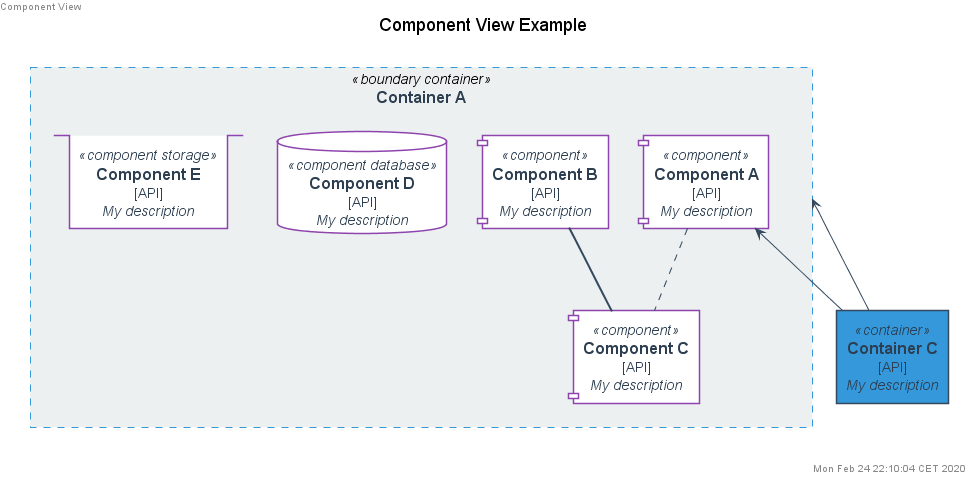
The PlantUML diagram example/componentView.png in N0N4M3pl/plantuml-C4, before a commit. The source it was exported from:
```plantuml
@startuml componentView











skinparam defaultTextAlignment center
skinparam wrapWidth 200
skinparam maxMessageSize 150


















skinparam defaultTextAlignment center
skinparam wrapWidth 200
skinparam maxMessageSize 150













skinparam rectangle<<boundary>> {
    StereotypeFontColor #2c3e50
    FontColor #2c3e50
    BackgroundColor white
    BorderColor #bdc3c7
    BorderStyle dashed
    BorderThickness 0
    Shadowing false
}

skinparam actor<<person>> {
    StereotypeFontColor #2c3e50
    FontColor #2c3e50
    BackgroundColor #34495e
    BorderColor #34495e
    Shadowing false
}

skinparam Arrow {
    FontColor #2c3e50
    Color #34495e
    FontSize 12
}






skinparam rectangle<<boundary container>> {
    StereotypeFontColor #2c3e50
    FontColor #2c3e50
    BackgroundColor #ecf0f1
    BorderColor #3498db
    BorderStyle dashed
    BorderThickness 1
    Shadowing false
}

skinparam component<<component>> {
    StereotypeFontColor #2c3e50
    FontColor #2c3e50
    BackgroundColor white
    BorderColor #8e44ad
    Shadowing false
}

skinparam database<<component database>> {
    StereotypeFontColor #2c3e50
    FontColor #2c3e50
    BackgroundColor white
    BorderColor #8e44ad
    Shadowing false
}

skinparam stack<<component storage>> {
    StereotypeFontColor #2c3e50
    FontColor #2c3e50
    BackgroundColor white
    BorderColor #8e44ad
    Shadowing false
}












skinparam defaultTextAlignment center
skinparam wrapWidth 200
skinparam maxMessageSize 150


















skinparam defaultTextAlignment center
skinparam wrapWidth 200
skinparam maxMessageSize 150













skinparam rectangle<<boundary>> {
    StereotypeFontColor #2c3e50
    FontColor #2c3e50
    BackgroundColor white
    BorderColor #bdc3c7
    BorderStyle dashed
    BorderThickness 0
    Shadowing false
}

skinparam actor<<person>> {
    StereotypeFontColor #2c3e50
    FontColor #2c3e50
    BackgroundColor #34495e
    BorderColor #34495e
    Shadowing false
}

skinparam Arrow {
    FontColor #2c3e50
    Color #34495e
    FontSize 12
}






skinparam rectangle<<boundary system>> {
    StereotypeFontColor #2c3e50
    FontColor #2c3e50
    BackgroundColor #ecf0f1
    BorderColor #34495e
    BorderStyle dashed
    BorderThickness 1
    Shadowing false
}

skinparam rectangle<<container>> {
    StereotypeFontColor #2c3e50
    FontColor #2c3e50
    BackgroundColor #3498db
    BorderColor #34495e
    Shadowing false
}

skinparam rectangle<<container script>> {
    StereotypeFontColor #2c3e50
    FontColor #2c3e50
    BackgroundColor #f1c40f
    BorderColor #34495e
    Shadowing false
}

skinparam rectangle<<container microservice>> {
    StereotypeFontColor #2c3e50
    FontColor #2c3e50
    BackgroundColor #e67e22
    BorderColor #34495e
    Shadowing false
}

skinparam rectangle<<container service>> {
    StereotypeFontColor #2c3e50
    FontColor #2c3e50
    BackgroundColor #e74c3c
    BorderColor #34495e
    Shadowing false
}

skinparam database<<container database>> {
    StereotypeFontColor #ecf0f1
    FontColor #ecf0f1
    BackgroundColor #2980b9
    BorderColor #34495e
    Shadowing false
}

skinparam queue<<container pubsub>> {
    StereotypeFontColor #ecf0f1
    FontColor #ecf0f1
    BackgroundColor #2980b9
    BorderColor #34495e
    Shadowing false
}

skinparam stack<<container storage>> {
    StereotypeFontColor #ecf0f1
    FontColor #ecf0f1
    BackgroundColor #2980b9
    BorderColor #34495e
    Shadowing false
}

skinparam node<<application web serverside>> {
    StereotypeFontColor #2c3e50
    FontColor #2c3e50
    BackgroundColor #1abc9c
    BorderColor #34495e
    Shadowing false
}

skinparam node<<application web clientside>> {
    StereotypeFontColor #2c3e50
    FontColor #2c3e50
    BackgroundColor #2ecc71
    BorderColor #34495e
    Shadowing false
}

skinparam node<<application desktop>> {
    StereotypeFontColor #2c3e50
    FontColor #2c3e50
    BackgroundColor #2ecc71
    BorderColor #34495e
    Shadowing false
}

skinparam node<<application mobile>> {
    StereotypeFontColor #2c3e50
    FontColor #2c3e50
    BackgroundColor #2ecc71
    BorderColor #34495e
    Shadowing false
}



left header Component View
title Component View Example
top to bottom direction


rectangle "==Container A" <<boundary container>> as Boundary_containerA {
    component "==Component A\n [API]\n //My description//" <<component>> as componentA
    component "==Component B\n [API]\n //My description//" <<component>> as componentB
    component "==Component C\n [API]\n //My description//" <<component>> as componentC
    database "==Component D\n [API]\n //My description//" <<component database>> as componentD
    stack "==Component E\n [API]\n //My description//" <<component storage>> as componentE
}
rectangle "==Container C\n [API]\n //My description//" <<container>> as containerC2


Boundary_containerA <-- containerC2 : ""
componentA <-- containerC2 : ""
componentA .. componentC : ""
componentB == componentC : ""


right footer Mon Feb 24 22:10:04 CET 2020

@enduml
```
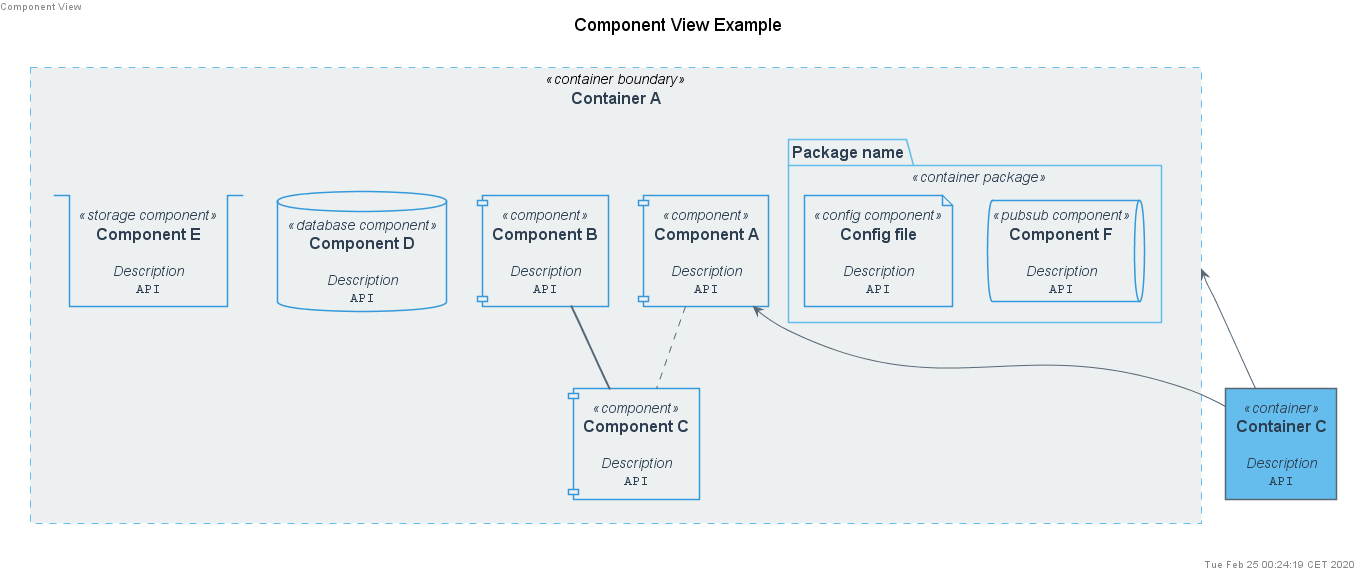
After the change.

The edit, as a diff of the source:
```diff
@@ -1,10 +1,4 @@
 @startuml componentView
-
-
-
-
-
-
 
 
 
@@ -31,43 +25,20 @@
 
 
 
-skinparam defaultTextAlignment center
-skinparam wrapWidth 200
-skinparam maxMessageSize 150
 
 
-
-
-
-
-
-
-
-
-
-
-
-skinparam rectangle<<boundary>> {
-    StereotypeFontColor #2c3e50
-    FontColor #2c3e50
-    BackgroundColor white
-    BorderColor #bdc3c7
-    BorderStyle dashed
-    BorderThickness 0
-    Shadowing false
-}
 
 skinparam actor<<person>> {
     StereotypeFontColor #2c3e50
     FontColor #2c3e50
-    BackgroundColor #34495e
-    BorderColor #34495e
+    BackgroundColor #566775
+    BorderColor #566775
     Shadowing false
 }
 
 skinparam Arrow {
     FontColor #2c3e50
-    Color #34495e
+    Color #566775
     FontSize 12
 }
 
@@ -76,37 +47,61 @@
 
 
 
-skinparam rectangle<<boundary container>> {
+skinparam rectangle<<container boundary>> {
     StereotypeFontColor #2c3e50
     FontColor #2c3e50
     BackgroundColor #ecf0f1
-    BorderColor #3498db
+    BorderColor #65bded
     BorderStyle dashed
     BorderThickness 1
+    Shadowing false
+}
+
+skinparam package<<container package>> {
+    StereotypeFontColor #2c3e50
+    FontColor #2c3e50
+    BackgroundColor #ecf0f1
+    BorderColor #65bded
     Shadowing false
 }
 
 skinparam component<<component>> {
     StereotypeFontColor #2c3e50
     FontColor #2c3e50
-    BackgroundColor white
-    BorderColor #8e44ad
+    BackgroundColor #ecf0f1
+    BorderColor #3498db
     Shadowing false
 }
 
-skinparam database<<component database>> {
+skinparam queue<<pubsub component>> {
     StereotypeFontColor #2c3e50
     FontColor #2c3e50
-    BackgroundColor white
-    BorderColor #8e44ad
+    BackgroundColor #ecf0f1
+    BorderColor #3498db
     Shadowing false
 }
 
-skinparam stack<<component storage>> {
+skinparam database<<database component>> {
     StereotypeFontColor #2c3e50
     FontColor #2c3e50
-    BackgroundColor white
-    BorderColor #8e44ad
+    BackgroundColor #ecf0f1
+    BorderColor #3498db
+    Shadowing false
+}
+
+skinparam stack<<storage component>> {
+    StereotypeFontColor #2c3e50
+    FontColor #2c3e50
+    BackgroundColor #ecf0f1
+    BorderColor #3498db
+    Shadowing false
+}
+
+skinparam file<<config component>> {
+    StereotypeFontColor #2c3e50
+    FontColor #2c3e50
+    BackgroundColor #ecf0f1
+    BorderColor #3498db
     Shadowing false
 }
 
@@ -116,172 +111,117 @@
 
 
 
-
-
-
-
-
-skinparam defaultTextAlignment center
-skinparam wrapWidth 200
-skinparam maxMessageSize 150
-
-
-
-
-
-
-
-
-
-
-
-
-
-
-
-
-
-
-skinparam defaultTextAlignment center
-skinparam wrapWidth 200
-skinparam maxMessageSize 150
-
-
-
-
-
-
-
-
-
-
-
-
-
-skinparam rectangle<<boundary>> {
+skinparam rectangle<<system boundary>> {
     StereotypeFontColor #2c3e50
     FontColor #2c3e50
-    BackgroundColor white
-    BorderColor #bdc3c7
+    BackgroundColor #ecf0f1
+    BorderColor #566775
     BorderStyle dashed
-    BorderThickness 0
+    BorderThickness 1
     Shadowing false
 }
 
-skinparam actor<<person>> {
-    StereotypeFontColor #2c3e50
-    FontColor #2c3e50
-    BackgroundColor #34495e
-    BorderColor #34495e
-    Shadowing false
-}
-
-skinparam Arrow {
-    FontColor #2c3e50
-    Color #34495e
-    FontSize 12
-}
-
-
-
-
-
-
-skinparam rectangle<<boundary system>> {
+skinparam package<<system package>> {
     StereotypeFontColor #2c3e50
     FontColor #2c3e50
     BackgroundColor #ecf0f1
-    BorderColor #34495e
-    BorderStyle dashed
-    BorderThickness 1
+    BorderColor #566775
     Shadowing false
 }
 
 skinparam rectangle<<container>> {
     StereotypeFontColor #2c3e50
     FontColor #2c3e50
-    BackgroundColor #3498db
-    BorderColor #34495e
+    BackgroundColor #65bded
+    BorderColor #566775
     Shadowing false
 }
 
-skinparam rectangle<<container script>> {
+skinparam rectangle<<script container>> {
     StereotypeFontColor #2c3e50
     FontColor #2c3e50
-    BackgroundColor #f1c40f
-    BorderColor #34495e
+    BackgroundColor #f8df46
+    BorderColor #566775
     Shadowing false
 }
 
-skinparam rectangle<<container microservice>> {
+skinparam rectangle<<microservice container>> {
     StereotypeFontColor #2c3e50
     FontColor #2c3e50
-    BackgroundColor #e67e22
-    BorderColor #34495e
+    BackgroundColor #f2b24e
+    BorderColor #566775
     Shadowing false
 }
 
-skinparam rectangle<<container service>> {
+skinparam rectangle<<service container>> {
     StereotypeFontColor #2c3e50
     FontColor #2c3e50
-    BackgroundColor #e74c3c
-    BorderColor #34495e
+    BackgroundColor #f87b57
+    BorderColor #566775
     Shadowing false
 }
 
-skinparam database<<container database>> {
-    StereotypeFontColor #ecf0f1
-    FontColor #ecf0f1
-    BackgroundColor #2980b9
-    BorderColor #34495e
+skinparam queue<<pubsub container>> {
+    StereotypeFontColor #2c3e50
+    FontColor #2c3e50
+    BackgroundColor #98e1ff
+    BorderColor #566775
     Shadowing false
 }
 
-skinparam queue<<container pubsub>> {
-    StereotypeFontColor #ecf0f1
-    FontColor #ecf0f1
-    BackgroundColor #2980b9
-    BorderColor #34495e
+skinparam database<<database container>> {
+    StereotypeFontColor #2c3e50
+    FontColor #2c3e50
+    BackgroundColor #98e1ff
+    BorderColor #566775
     Shadowing false
 }
 
-skinparam stack<<container storage>> {
-    StereotypeFontColor #ecf0f1
-    FontColor #ecf0f1
-    BackgroundColor #2980b9
-    BorderColor #34495e
+skinparam stack<<storage container>> {
+    StereotypeFontColor #2c3e50
+    FontColor #2c3e50
+    BackgroundColor #98e1ff
+    BorderColor #566775
     Shadowing false
 }
 
-skinparam node<<application web serverside>> {
+skinparam file<<config container>> {
     StereotypeFontColor #2c3e50
     FontColor #2c3e50
-    BackgroundColor #1abc9c
-    BorderColor #34495e
+    BackgroundColor #98e1ff
+    BorderColor #566775
     Shadowing false
 }
 
-skinparam node<<application web clientside>> {
+skinparam rectangle<<webserver application>> {
     StereotypeFontColor #2c3e50
     FontColor #2c3e50
-    BackgroundColor #2ecc71
-    BorderColor #34495e
+    BackgroundColor #63d0d3
+    BorderColor #566775
     Shadowing false
 }
 
-skinparam node<<application desktop>> {
+skinparam rectangle<<web application>> {
     StereotypeFontColor #2c3e50
     FontColor #2c3e50
-    BackgroundColor #2ecc71
-    BorderColor #34495e
+    BackgroundColor #5ee594
+    BorderColor #566775
     Shadowing false
 }
 
-skinparam node<<application mobile>> {
+skinparam rectangle<<desktop application>> {
     StereotypeFontColor #2c3e50
     FontColor #2c3e50
-    BackgroundColor #2ecc71
-    BorderColor #34495e
+    BackgroundColor #5ee594
+    BorderColor #566775
+    Shadowing false
+}
+
+skinparam rectangle<<mobile application>> {
+    StereotypeFontColor #2c3e50
+    FontColor #2c3e50
+    BackgroundColor #5ee594
+    BorderColor #566775
     Shadowing false
 }
 
@@ -292,22 +232,26 @@
 top to bottom direction
 
 
-rectangle "==Container A" <<boundary container>> as Boundary_containerA {
-    component "==Component A\n [API]\n //My description//" <<component>> as componentA
-    component "==Component B\n [API]\n //My description//" <<component>> as componentB
-    component "==Component C\n [API]\n //My description//" <<component>> as componentC
-    database "==Component D\n [API]\n //My description//" <<component database>> as componentD
-    stack "==Component E\n [API]\n //My description//" <<component storage>> as componentE
+rectangle "==Container A" <<container boundary>> as containerA {
+    component "==Component A\n\n //Description//\n ""API"" " <<component>> as componentA
+    component "==Component B\n\n //Description//\n ""API"" " <<component>> as componentB
+    component "==Component C\n\n //Description//\n ""API"" " <<component>> as componentC
+    database "==Component D\n\n //Description//\n ""API"" " <<database component>> as componentD
+    stack "==Component E\n\n //Description//\n ""API"" " <<storage component>> as componentE
+    package "==Package name" <<container package>> as packageA {
+        queue "==Component F\n\n //Description//\n ""API"" " <<pubsub component>> as componentF
+        file "==Config file\n\n //Description//\n ""API"" " <<config component>> as componentG
+    }
 }
-rectangle "==Container C\n [API]\n //My description//" <<container>> as containerC2
+rectangle "==Container C\n\n //Description//\n ""API"" " <<container>> as containerC2
 
 
-Boundary_containerA <-- containerC2 : ""
+containerA <-- containerC2 : ""
 componentA <-- containerC2 : ""
 componentA .. componentC : ""
 componentB == componentC : ""
 
 
-right footer Mon Feb 24 22:10:04 CET 2020
+right footer Tue Feb 25 00:24:19 CET 2020
 
 @enduml
```
